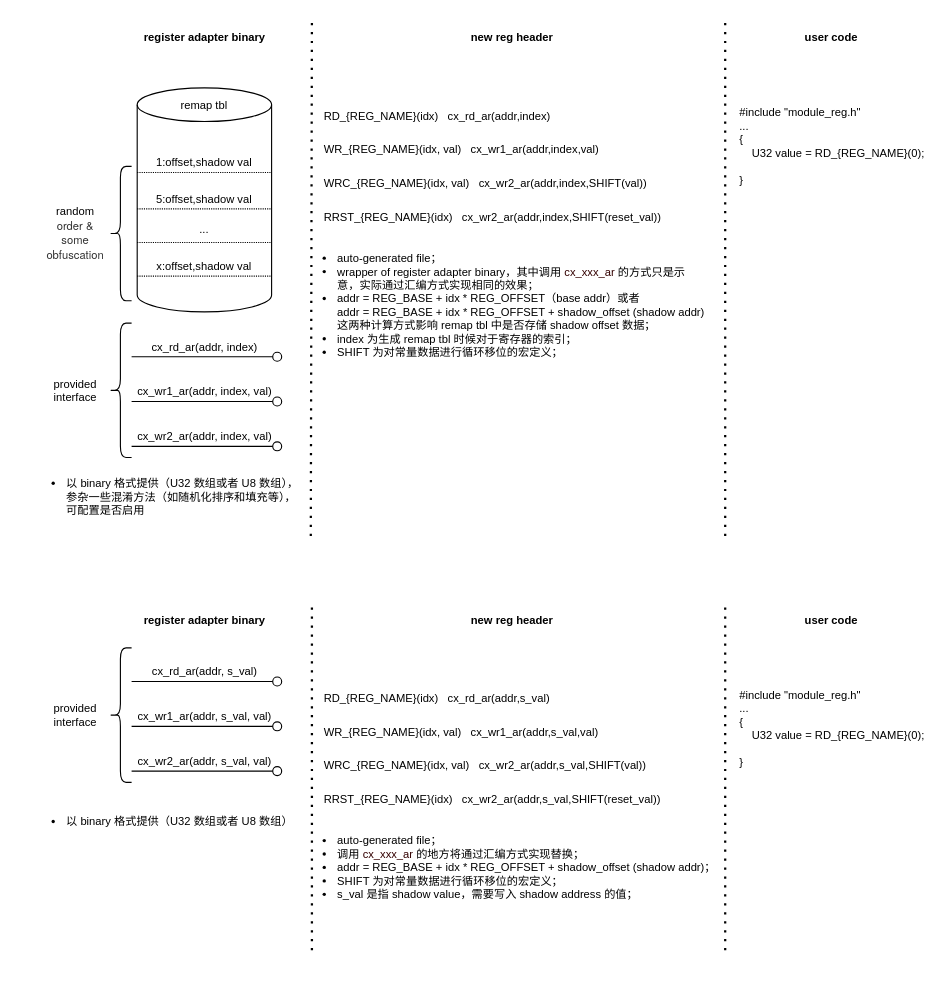
The draw.io diagram page "register_adapter" (10 of 12) of cx3288_sdk.drawio in hehenihao/chart, before the edit. Source tidied: cells renumbered, new cells numbered last; positions are measured from the earlier drawing's top-left corner, leaving out a move shared by most shapes. Both pictures are drawn from the tidied source at 112%, with x=0, y=0 at pixel (19, 20).
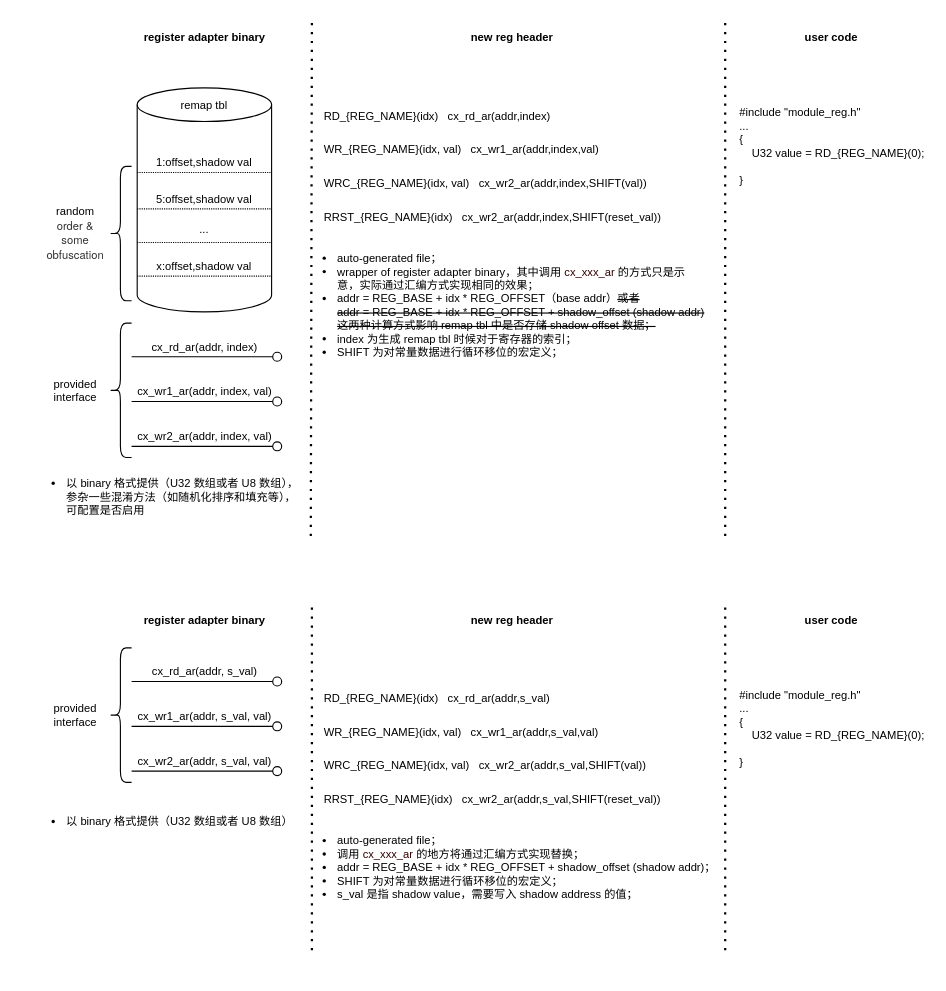
The same page after the edit.

What changed in the source:
```diff
@@
-    <mxCell id="23" value="&lt;ul style=&quot;font-size: 10px;&quot;&gt;&lt;li&gt;&lt;span style=&quot;background-color: initial;&quot;&gt;auto-generated file；&lt;/span&gt;&lt;/li&gt;&lt;li style=&quot;font-size: 10px;&quot;&gt;&lt;span style=&quot;background-color: initial; font-size: 10px;&quot;&gt;wrapper of register adapter binary，其中调用 &lt;font color=&quot;#330000&quot;&gt;cx_&lt;font style=&quot;font-size: 10px;&quot;&gt;xxx&lt;/font&gt;_ar&lt;/font&gt; 的方式只是示意，实际通过汇编方式实现相同的效果；&amp;nbsp;&lt;/span&gt;&lt;/li&gt;&lt;li style=&quot;font-size: 10px;&quot;&gt;&lt;span style=&quot;background-color: initial; font-size: 10px;&quot;&gt;addr = REG_BASE + idx *&amp;nbsp;&lt;/span&gt;REG_OFFSET（base addr）或者 &lt;br&gt;addr =&amp;nbsp;&lt;span style=&quot;background-color: initial; font-size: 10px;&quot;&gt;REG_BASE + idx *&amp;nbsp;&lt;/span&gt;REG_OFFSET + shadow_offset (shadow addr)&lt;br&gt;这两种计算方式影响 remap tbl 中是否存储 shadow offset 数据；&lt;br&gt;&lt;/li&gt;&lt;li style=&quot;font-size: 10px;&quot;&gt;index 为生成 remap tbl 时候对于寄存器的索引；&lt;/li&gt;&lt;li style=&quot;font-size: 10px;&quot;&gt;SHIFT 为对常量数据进行循环移位的宏定义；&lt;/li&gt;&lt;/ul&gt;" style="text;html=1;align=left;verticalAlign=top;whiteSpace=wrap;rounded=0;fontSize=10;horizontal=1;" parent="1" vertex="1">
+    <mxCell id="23" value="&lt;ul style=&quot;font-size: 10px;&quot;&gt;&lt;li&gt;&lt;span style=&quot;background-color: initial;&quot;&gt;auto-generated file；&lt;/span&gt;&lt;/li&gt;&lt;li style=&quot;font-size: 10px;&quot;&gt;&lt;span style=&quot;background-color: initial; font-size: 10px;&quot;&gt;wrapper of register adapter binary，其中调用 &lt;font color=&quot;#330000&quot;&gt;cx_&lt;font style=&quot;font-size: 10px;&quot;&gt;xxx&lt;/font&gt;_ar&lt;/font&gt; 的方式只是示意，实际通过汇编方式实现相同的效果；&amp;nbsp;&lt;/span&gt;&lt;/li&gt;&lt;li style=&quot;font-size: 10px;&quot;&gt;&lt;span style=&quot;background-color: initial; font-size: 10px;&quot;&gt;addr = REG_BASE + idx *&amp;nbsp;&lt;/span&gt;REG_OFFSET（base addr）&lt;strike&gt;或者 &lt;br&gt;addr =&amp;nbsp;&lt;span style=&quot;background-color: initial; font-size: 10px;&quot;&gt;REG_BASE + idx *&amp;nbsp;&lt;/span&gt;REG_OFFSET + shadow_offset (shadow addr)&lt;br&gt;这两种计算方式影响 remap tbl 中是否存储 shadow offset 数据；&lt;/strike&gt;&lt;br&gt;&lt;/li&gt;&lt;li style=&quot;font-size: 10px;&quot;&gt;index 为生成 remap tbl 时候对于寄存器的索引；&lt;/li&gt;&lt;li style=&quot;font-size: 10px;&quot;&gt;SHIFT 为对常量数据进行循环移位的宏定义；&lt;/li&gt;&lt;/ul&gt;" style="text;html=1;align=left;verticalAlign=top;whiteSpace=wrap;rounded=0;fontSize=10;horizontal=1;" parent="1" vertex="1">
       <mxGeometry x="242" y="190" width="370" height="140" as="geometry" />
     </mxCell>
```
